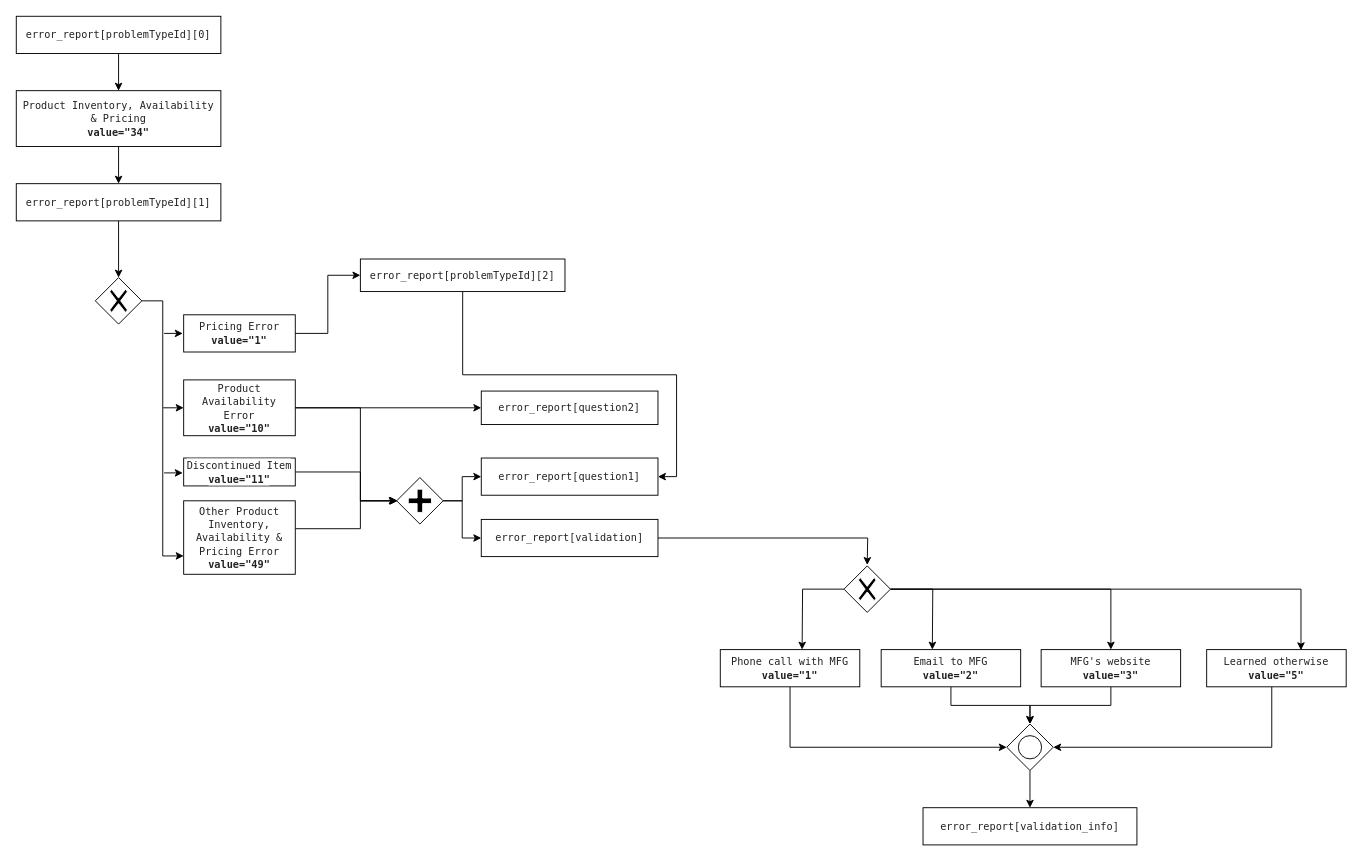
Before: page "Product Inventory, Availability & Pricing" (5 of 11) of report-error.drawio in yvelio/test, a draw.io diagram. Source tidied: cells renumbered, new cells numbered last; positions are measured from the earlier drawing's top-left corner, leaving out a move shared by most shapes. Both pictures are drawn from the tidied source at 93%, with x=0, y=0 at pixel (16, 16).
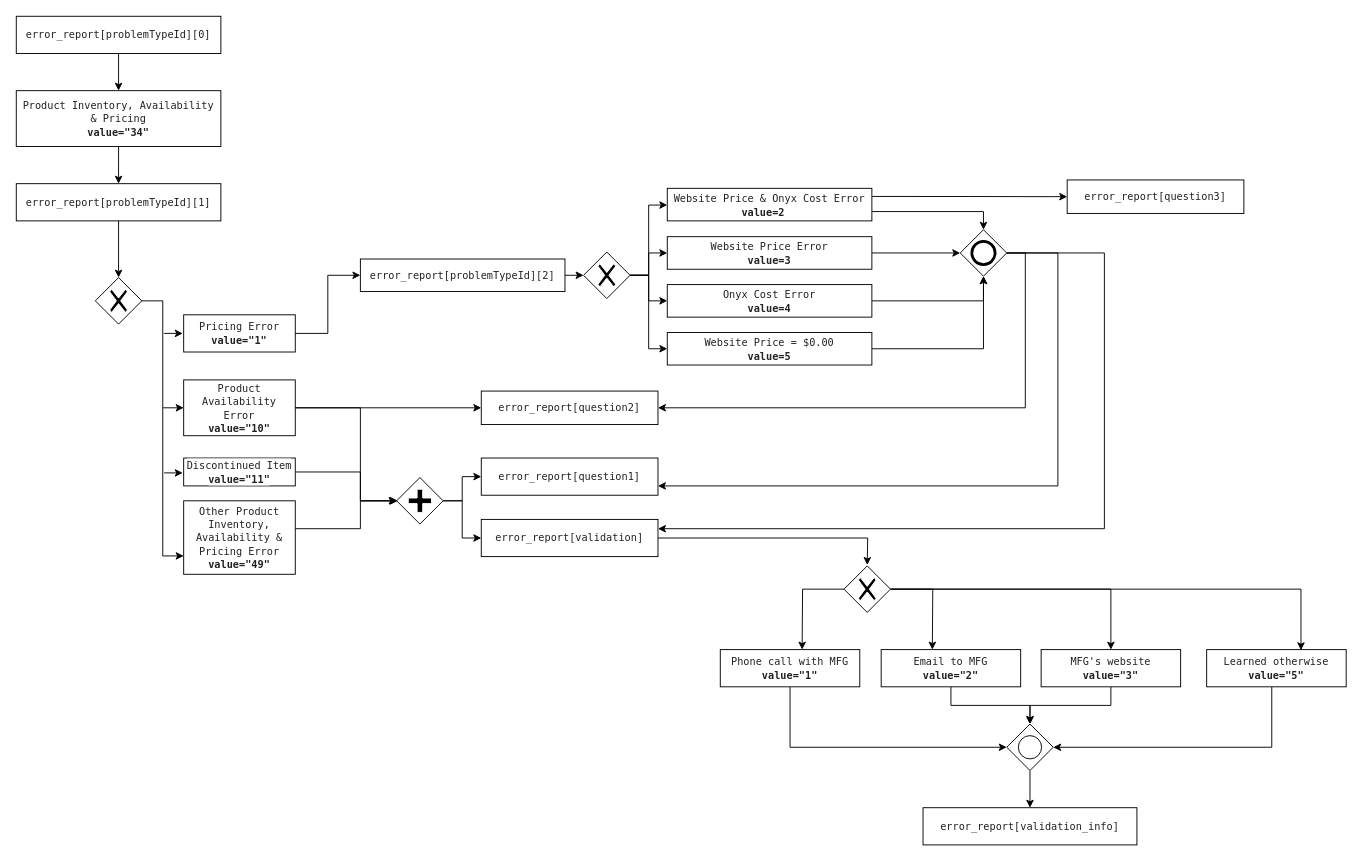
The same diagram, later.

The change refers to these unchanged cells:
```xml
<mxCell id="17" value="&lt;span style=&quot;color: rgb(34 , 34 , 34) ; font-family: &amp;#34;menlo&amp;#34; , monospace ; font-size: 11px ; text-align: left ; background-color: rgb(255 , 255 , 255)&quot;&gt;error_report[problemTypeId][2]&lt;/span&gt;" style="whiteSpace=wrap;html=1;" parent="1" vertex="1">
  <mxGeometry x="370" y="261" width="220" height="35" as="geometry" />
</mxCell>
<mxCell id="19" value="&lt;span style=&quot;color: rgb(34 , 34 , 34) ; font-family: &amp;#34;menlo&amp;#34; , monospace ; font-size: 11px ; text-align: left ; background-color: rgb(255 , 255 , 255)&quot;&gt;error_report[question2]&lt;/span&gt;" style="whiteSpace=wrap;html=1;" parent="1" vertex="1">
  <mxGeometry x="500" y="403" width="190" height="36" as="geometry" />
</mxCell>
<mxCell id="21" value="&lt;span style=&quot;color: rgb(34 , 34 , 34) ; font-family: &amp;#34;menlo&amp;#34; , monospace ; font-size: 11px ; text-align: left ; background-color: rgb(255 , 255 , 255)&quot;&gt;error_report[question1]&lt;/span&gt;" style="whiteSpace=wrap;html=1;" parent="1" vertex="1">
  <mxGeometry x="500" y="475" width="190" height="40" as="geometry" />
</mxCell>
<mxCell id="23" value="&lt;span style=&quot;color: rgb(34 , 34 , 34) ; font-family: &amp;#34;menlo&amp;#34; , monospace ; font-size: 11px ; text-align: left ; background-color: rgb(255 , 255 , 255)&quot;&gt;error_report[validation]&lt;/span&gt;" style="whiteSpace=wrap;html=1;" parent="1" vertex="1">
  <mxGeometry x="500" y="541" width="190" height="40" as="geometry" />
</mxCell>
```

Diff of the diagram source:
```diff
@@
+    <mxCell id="48" style="edgeStyle=orthogonalEdgeStyle;rounded=0;jettySize=auto;html=1;" parent="1" edge="1" source="59" target="51">
+      <mxGeometry relative="1" as="geometry">
+        <Array as="points">
+          <mxPoint x="680" y="279" />
+          <mxPoint x="680" y="203" />
+        </Array>
+      </mxGeometry>
+    </mxCell>
@@
-    <mxCell id="27" style="edgeStyle=orthogonalEdgeStyle;rounded=0;jettySize=auto;html=1;entryX=1;entryY=0.5;entryDx=0;entryDy=0;" parent="1" edge="1" source="17" target="21">
-      <mxGeometry relative="1" as="geometry" />
-    </mxCell>
@@
+    <mxCell id="49" style="edgeStyle=orthogonalEdgeStyle;rounded=0;jettySize=auto;html=1;entryX=0.5;entryY=0;entryDx=0;entryDy=0;" parent="1" edge="1" source="51" target="66">
+      <mxGeometry relative="1" as="geometry">
+        <Array as="points">
+          <mxPoint x="1040" y="210" />
+        </Array>
+      </mxGeometry>
+    </mxCell>
+    <mxCell id="50" style="edgeStyle=orthogonalEdgeStyle;rounded=0;jettySize=auto;html=1;exitX=1;exitY=0.25;exitDx=0;exitDy=0;" parent="1" edge="1" source="51">
+      <mxGeometry relative="1" as="geometry">
+        <mxPoint x="1130" y="194" as="targetPoint" />
+      </mxGeometry>
+    </mxCell>
+    <mxCell id="51" value="&lt;span style=&quot;color: rgb(34 , 34 , 34) ; font-family: &amp;#34;menlo&amp;#34; , monospace ; font-size: 11px ; text-align: left ; background-color: rgb(255 , 255 , 255)&quot;&gt;Website Price &amp;amp; Onyx Cost Error&lt;br&gt;&lt;b&gt;value=2&amp;nbsp;&amp;nbsp;&lt;/b&gt;&lt;br&gt;     &lt;/span&gt;" style="whiteSpace=wrap;html=1;" parent="1" vertex="1">
+      <mxGeometry x="700" y="185" width="220" height="35" as="geometry" />
+    </mxCell>
+    <mxCell id="52" style="edgeStyle=orthogonalEdgeStyle;rounded=0;jettySize=auto;html=1;entryX=0;entryY=0.5;entryDx=0;entryDy=0;" parent="1" edge="1" source="53" target="66">
+      <mxGeometry relative="1" as="geometry" />
+    </mxCell>
+    <mxCell id="53" value="&lt;span style=&quot;color: rgb(34 , 34 , 34) ; font-family: &amp;#34;menlo&amp;#34; , monospace ; font-size: 11px ; text-align: left ; background-color: rgb(255 , 255 , 255)&quot;&gt;      Website Price Error&lt;br&gt;&lt;b&gt;value=3&lt;/b&gt;&lt;br&gt;&lt;/span&gt;" style="whiteSpace=wrap;html=1;" parent="1" vertex="1">
+      <mxGeometry x="700" y="237" width="220" height="35" as="geometry" />
+    </mxCell>
+    <mxCell id="54" style="edgeStyle=orthogonalEdgeStyle;rounded=0;jettySize=auto;html=1;entryX=0.5;entryY=1;entryDx=0;entryDy=0;" parent="1" edge="1" source="55" target="66">
+      <mxGeometry relative="1" as="geometry" />
+    </mxCell>
+    <mxCell id="55" value="&lt;span style=&quot;color: rgb(34 , 34 , 34) ; font-family: &amp;#34;menlo&amp;#34; , monospace ; font-size: 11px ; text-align: left ; background-color: rgb(255 , 255 , 255)&quot;&gt;Onyx Cost Error&lt;br&gt;&lt;/span&gt;&lt;span style=&quot;color: rgb(34 , 34 , 34) ; font-family: &amp;#34;menlo&amp;#34; , monospace ; font-size: 11px ; text-align: left ; background-color: rgb(255 , 255 , 255)&quot;&gt;&lt;b&gt;value=4&lt;/b&gt;&lt;br&gt;&lt;/span&gt;" style="whiteSpace=wrap;html=1;" parent="1" vertex="1">
+      <mxGeometry x="700" y="288.5" width="220" height="35" as="geometry" />
+    </mxCell>
+    <mxCell id="56" style="edgeStyle=orthogonalEdgeStyle;rounded=0;jettySize=auto;html=1;entryX=0;entryY=0.5;entryDx=0;entryDy=0;" parent="1" edge="1" source="59" target="53">
+      <mxGeometry relative="1" as="geometry" />
+    </mxCell>
+    <mxCell id="57" style="edgeStyle=orthogonalEdgeStyle;rounded=0;jettySize=auto;html=1;entryX=0;entryY=0.5;entryDx=0;entryDy=0;" parent="1" edge="1" source="59" target="55">
+      <mxGeometry relative="1" as="geometry" />
+    </mxCell>
+    <mxCell id="58" style="edgeStyle=orthogonalEdgeStyle;rounded=0;jettySize=auto;html=1;entryX=0;entryY=0.5;entryDx=0;entryDy=0;" parent="1" edge="1" source="59" target="62">
+      <mxGeometry relative="1" as="geometry" />
+    </mxCell>
+    <mxCell id="59" style="shape=mxgraph.bpmn.shape;html=1;verticalLabelPosition=bottom;labelBackgroundColor=#ffffff;verticalAlign=top;align=center;perimeter=rhombusPerimeter;background=gateway;outlineConnect=0;outline=none;symbol=exclusiveGw;" parent="1" vertex="1">
+      <mxGeometry x="610" y="253.5" width="50" height="50" as="geometry" />
+    </mxCell>
+    <mxCell id="60" style="edgeStyle=orthogonalEdgeStyle;rounded=0;jettySize=auto;html=1;" parent="1" edge="1" source="17" target="59">
+      <mxGeometry relative="1" as="geometry">
+        <Array as="points">
+          <mxPoint x="660" y="279" />
+        </Array>
+      </mxGeometry>
+    </mxCell>
+    <mxCell id="61" style="edgeStyle=orthogonalEdgeStyle;rounded=0;jettySize=auto;html=1;entryX=0.5;entryY=1;entryDx=0;entryDy=0;" parent="1" edge="1" source="62" target="66">
+      <mxGeometry relative="1" as="geometry" />
+    </mxCell>
+    <mxCell id="62" value="&lt;span style=&quot;color: rgb(34 , 34 , 34) ; font-family: &amp;#34;menlo&amp;#34; , monospace ; font-size: 11px ; text-align: left ; background-color: rgb(255 , 255 , 255)&quot;&gt;Website Price = $0.00&lt;br&gt;&lt;/span&gt;&lt;span style=&quot;color: rgb(34 , 34 , 34) ; font-family: &amp;#34;menlo&amp;#34; , monospace ; font-size: 11px ; text-align: left ; background-color: rgb(255 , 255 , 255)&quot;&gt;&lt;b&gt;value=5&lt;/b&gt;&lt;br&gt;&lt;/span&gt;" style="whiteSpace=wrap;html=1;" parent="1" vertex="1">
+      <mxGeometry x="700" y="340" width="220" height="35" as="geometry" />
+    </mxCell>
+    <mxCell id="63" style="edgeStyle=orthogonalEdgeStyle;rounded=0;jettySize=auto;html=1;exitX=1;exitY=0.5;exitDx=0;exitDy=0;entryX=1;entryY=0.5;entryDx=0;entryDy=0;" parent="1" edge="1" source="66" target="19">
+      <mxGeometry relative="1" as="geometry" />
+    </mxCell>
+    <mxCell id="64" style="edgeStyle=orthogonalEdgeStyle;rounded=0;jettySize=auto;html=1;entryX=1;entryY=0.75;entryDx=0;entryDy=0;" parent="1" edge="1" source="66" target="21">
+      <mxGeometry relative="1" as="geometry">
+        <Array as="points">
+          <mxPoint x="1120" y="255" />
+          <mxPoint x="1120" y="505" />
+        </Array>
+      </mxGeometry>
+    </mxCell>
+    <mxCell id="65" style="edgeStyle=orthogonalEdgeStyle;rounded=0;jettySize=auto;html=1;entryX=1;entryY=0.25;entryDx=0;entryDy=0;" parent="1" edge="1" source="66" target="23">
+      <mxGeometry relative="1" as="geometry">
+        <Array as="points">
+          <mxPoint x="1170" y="255" />
+          <mxPoint x="1170" y="551" />
+        </Array>
+      </mxGeometry>
+    </mxCell>
+    <mxCell id="66" style="shape=mxgraph.bpmn.shape;html=1;verticalLabelPosition=bottom;labelBackgroundColor=#ffffff;verticalAlign=top;align=center;perimeter=rhombusPerimeter;background=gateway;outlineConnect=0;outline=end;symbol=general;" parent="1" vertex="1">
+      <mxGeometry x="1015" y="229.5" width="50" height="50" as="geometry" />
+    </mxCell>
+    <mxCell id="67" value="&lt;span style=&quot;color: rgb(34 , 34 , 34) ; font-family: &amp;#34;menlo&amp;#34; , monospace ; font-size: 11px ; text-align: left ; background-color: rgb(255 , 255 , 255)&quot;&gt;error_report[question3]&lt;/span&gt;" style="whiteSpace=wrap;html=1;" parent="1" vertex="1">
+      <mxGeometry x="1130" y="176" width="190" height="36" as="geometry" />
+    </mxCell>
```
